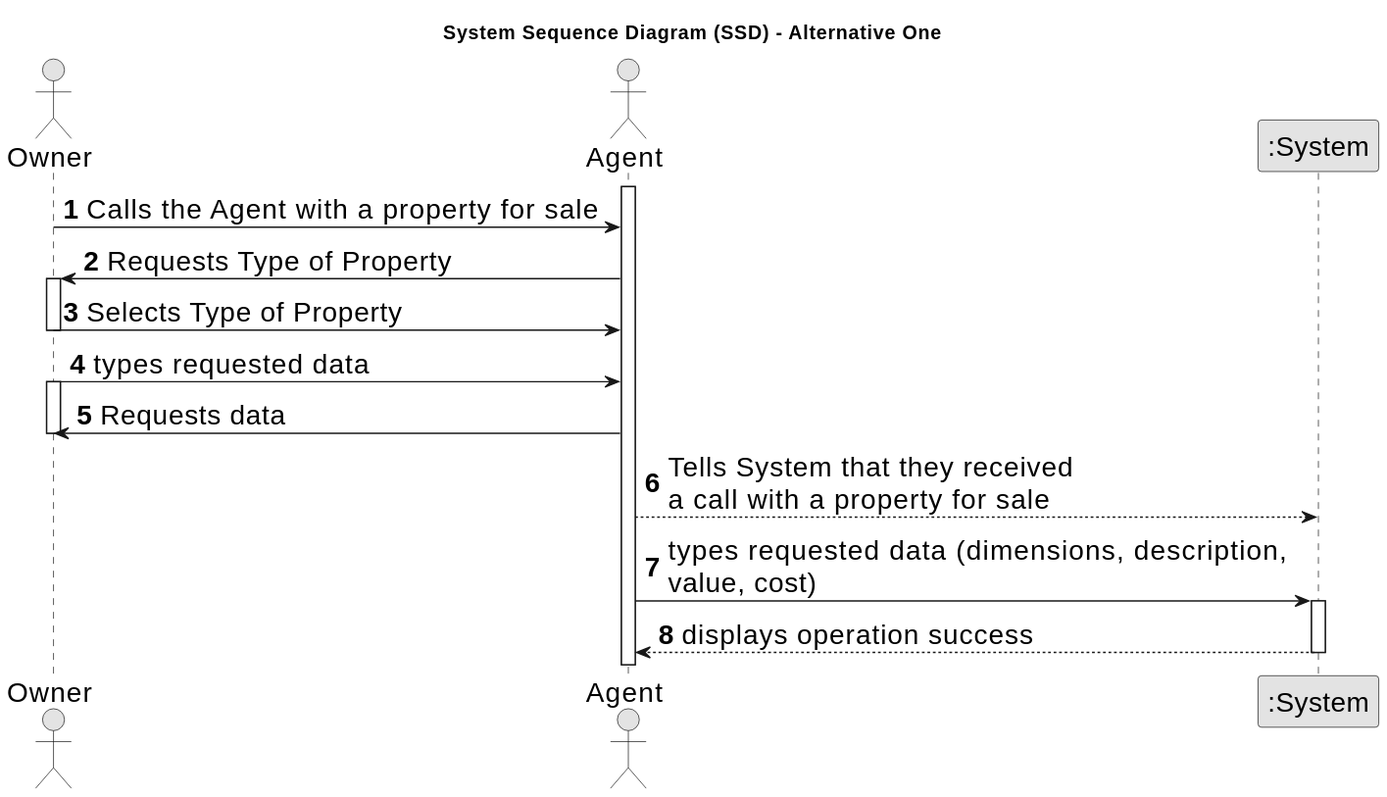
Earlier version of the PlantUML export docs/sprintA/us002/01.requirements-engineering/svg/us002-system-sequence-diagram-alternative-one.svg (Goncalves2525/real-estate-management-system).
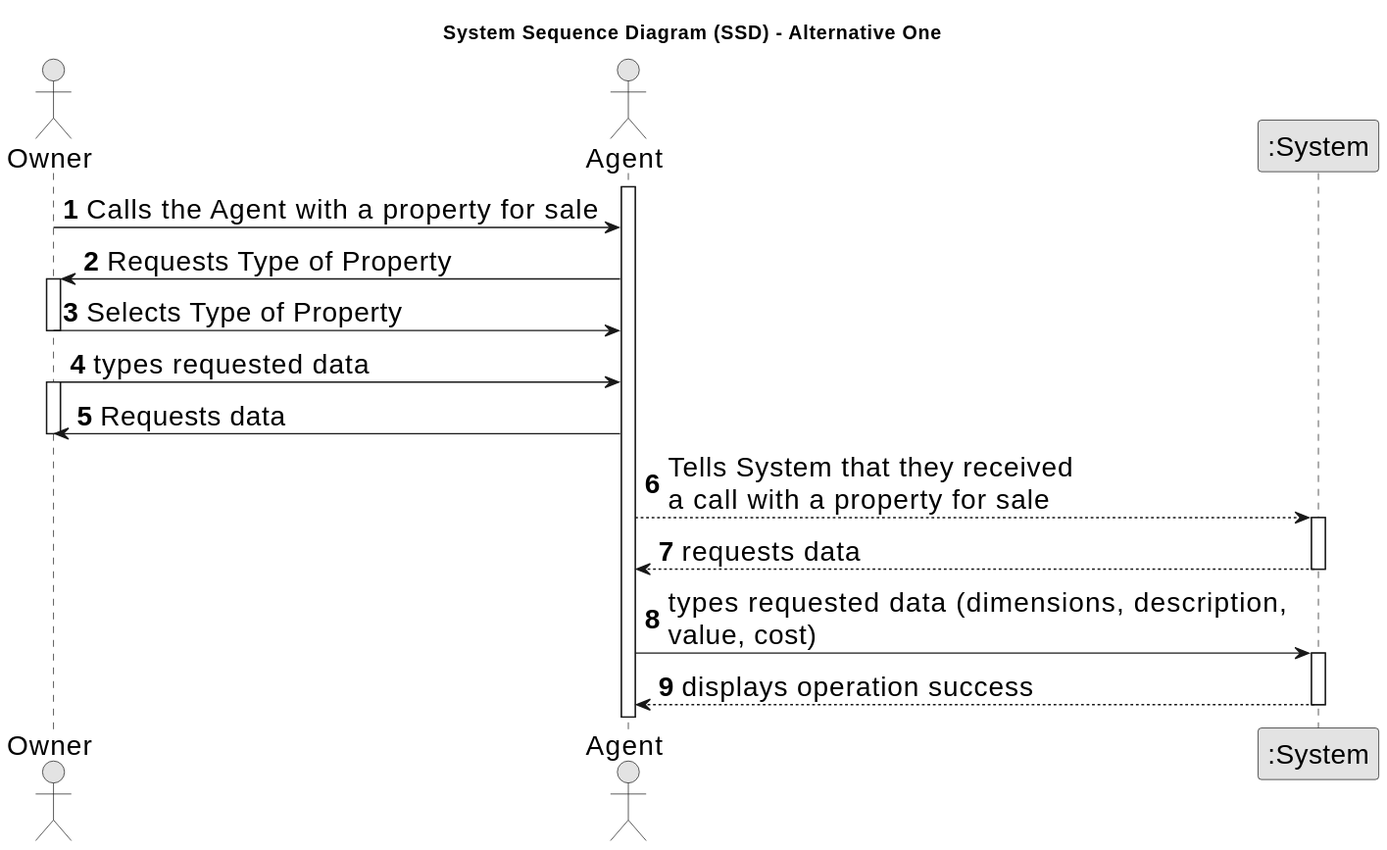
After the commit.

Diff of the diagram source:
```diff
@@ -29,7 +29,10 @@
     deactivate Owner
 
     Agent --> System : Tells System that they received \na call with a property for sale
+    activate System
 
+    System --> Agent : requests data
+    deactivate System
 
     Agent -> System : types requested data (dimensions, description, \nvalue, cost)
     activate System
```
